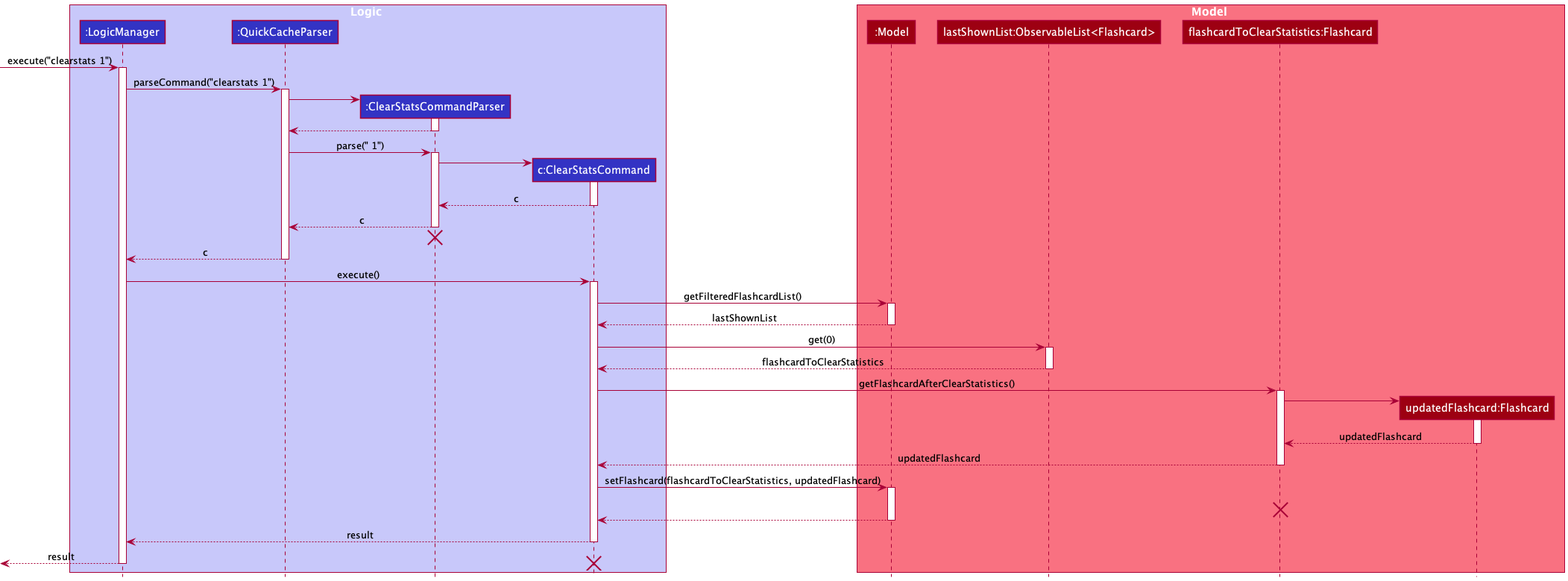
nus-cs2103-AY2021S1/tp keeps this PlantUML diagram as docs/images/ClearStatsSequenceDiagram.png. Above is the earlier version.
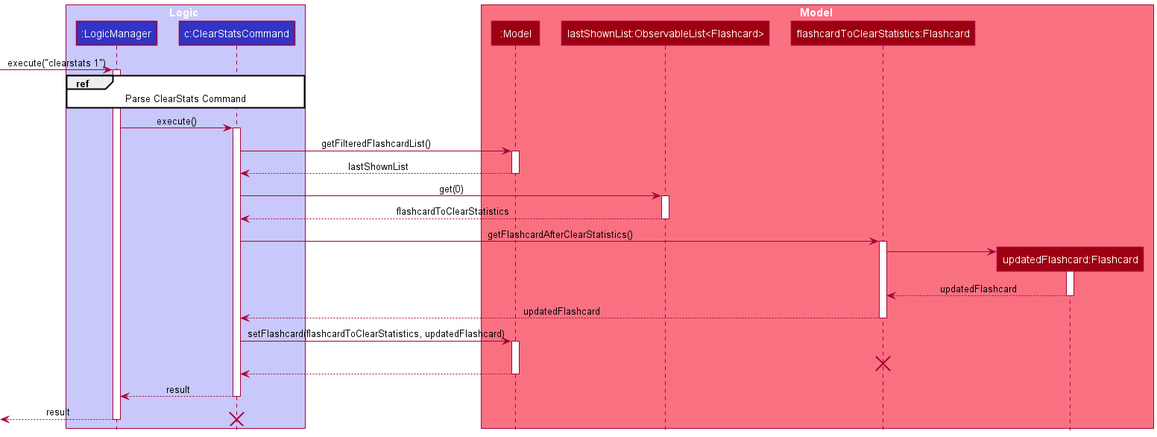
Above is the later version.

Diff of the diagram source:
```diff
@@ -3,8 +3,6 @@
 
 box Logic LOGIC_COLOR_T1
 participant ":LogicManager" as LogicManager LOGIC_COLOR
-participant ":QuickCacheParser" as QuickCacheParser LOGIC_COLOR
-participant ":ClearStatsCommandParser" as ClearStatsCommandParser LOGIC_COLOR
 participant "c:ClearStatsCommand" as ClearStatsCommand LOGIC_COLOR
 end box
 
@@ -18,34 +16,8 @@
 [-> LogicManager : execute("clearstats 1")
 activate LogicManager
 
-LogicManager -> QuickCacheParser : parseCommand("clearstats 1")
-activate QuickCacheParser
+ref over LogicManager, ClearStatsCommand : Parse ClearStats Command
 
-create ClearStatsCommandParser
-QuickCacheParser -> ClearStatsCommandParser
-activate ClearStatsCommandParser
-
-ClearStatsCommandParser --> QuickCacheParser
-deactivate ClearStatsCommandParser
-
-QuickCacheParser -> ClearStatsCommandParser : parse(" 1")
-activate ClearStatsCommandParser
-
-create ClearStatsCommand
-ClearStatsCommandParser -> ClearStatsCommand
-activate ClearStatsCommand
-
-ClearStatsCommand --> ClearStatsCommandParser : c
-deactivate ClearStatsCommand
-
-ClearStatsCommandParser --> QuickCacheParser: c
-deactivate ClearStatsCommandParser
-
-ClearStatsCommandParser -[hidden]-> QuickCacheParser
-destroy ClearStatsCommandParser
-
-QuickCacheParser --> LogicManager : c
-deactivate QuickCacheParser
 
 LogicManager -> ClearStatsCommand : execute()
 activate ClearStatsCommand
```
